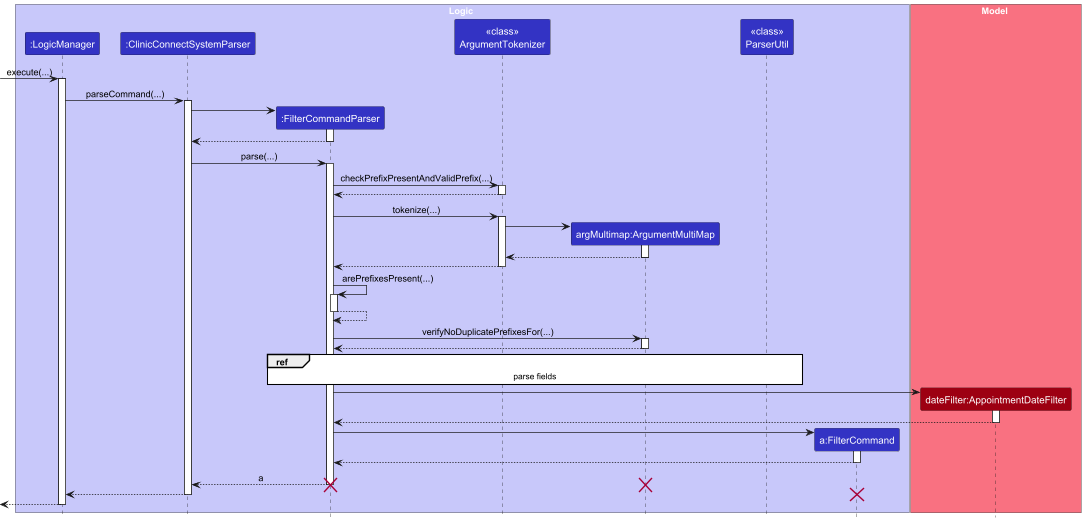
The PlantUML diagram docs/images/FilterSequenceDiagram.png in nus-cs2103-AY2425S1/tp, before a commit.
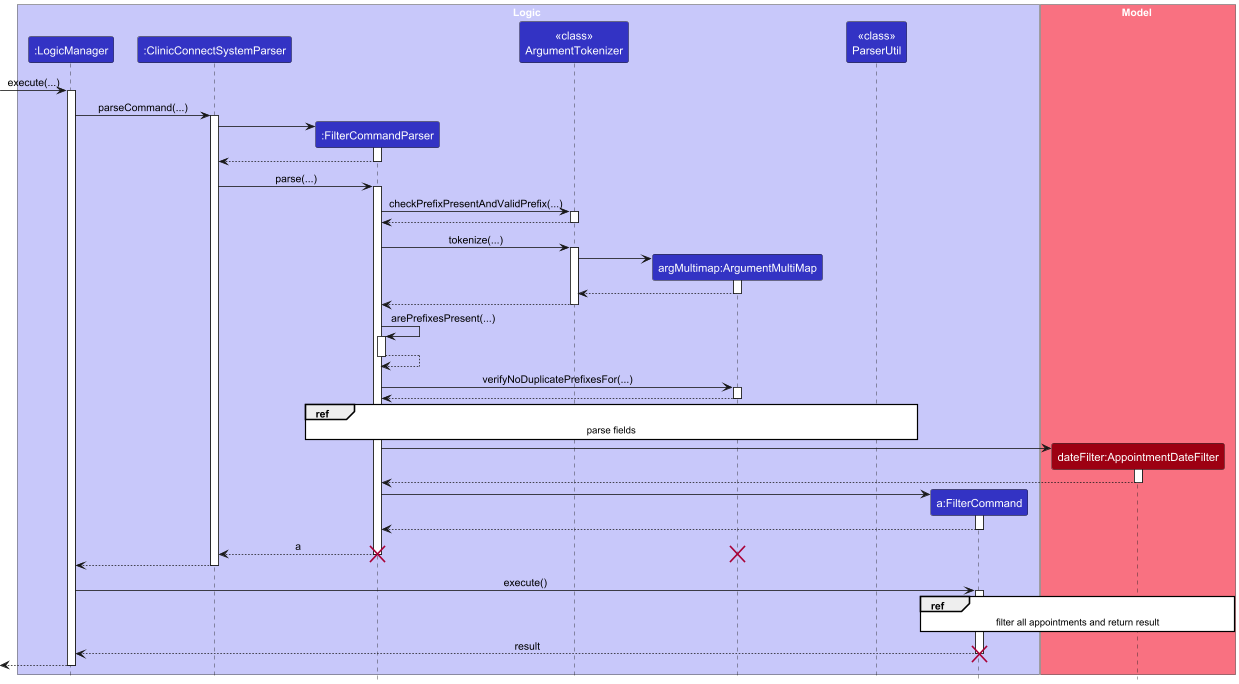
The same diagram one commit later.

Commit message:
Complete filter command for dg

Diff of the diagram source:
```diff
@@ -91,6 +91,19 @@
 ClinicConnectSystemParser --> LogicManager
 deactivate ClinicConnectSystemParser
 
+LogicManager -> FilterCommand : execute()
+activate FilterCommand
+
+<style>
+Reference {
+  BackgroundColor White
+}
+</style>
+ref over FilterCommand, AppointmentDateFilter : filter all appointments and return result
+
+
+FilterCommand --> LogicManager : result
+deactivate FilterCommand
 destroy FilterCommand
 [<--LogicManager
 deactivate LogicManager
```
